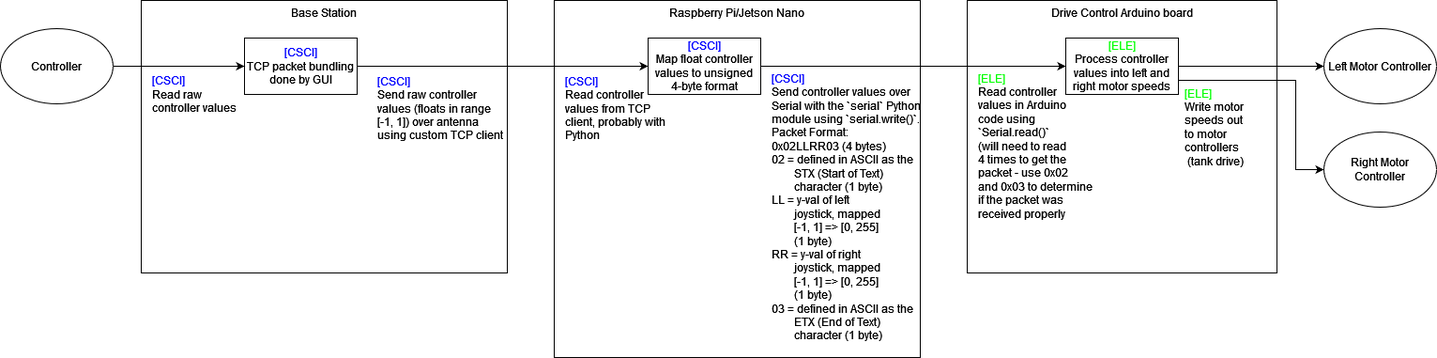
Above: arm_ik_code_flow_diagram.drawio.png in NIURoverTeam/Docs (draw.io), before the change. Source tidied: cells renumbered, new cells last; positions are measured from the earlier drawing's top-left corner, leaving out a move shared by most shapes.
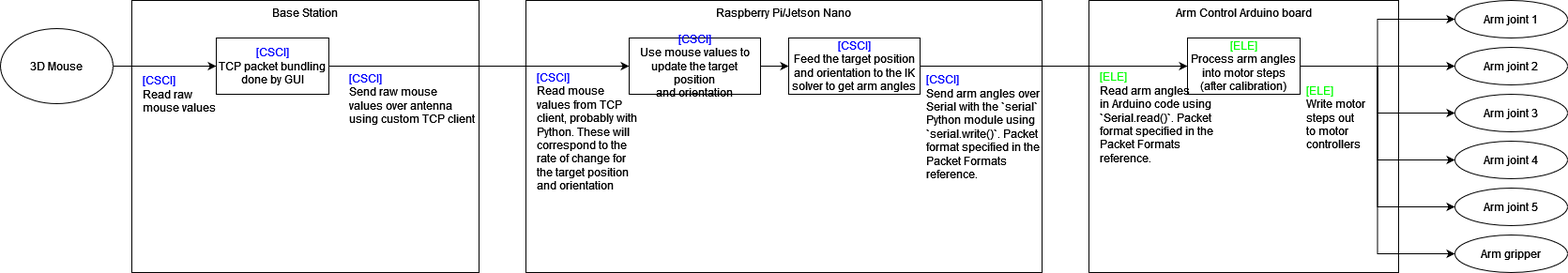
After the change.

The edit, as a diff of the source:
```diff
@@ -3,48 +3,55 @@
     <mxCell id="0" />
     <mxCell id="1" parent="0" />
     <mxCell id="2" value="Raspberry Pi/Jetson Nano" style="rounded=0;whiteSpace=wrap;html=1;strokeColor=#000000;fontColor=default;verticalAlign=top;" parent="1" vertex="1">
-      <mxGeometry x="590" width="390" height="380" as="geometry" />
+      <mxGeometry x="590" width="550" height="290" as="geometry" />
     </mxCell>
-    <mxCell id="3" value="Drive Control Arduino board" style="rounded=0;whiteSpace=wrap;html=1;strokeColor=#000000;fontColor=default;verticalAlign=top;" parent="1" vertex="1">
-      <mxGeometry x="1030" width="330" height="290" as="geometry" />
+    <mxCell id="3" value="Arm Control Arduino board" style="rounded=0;whiteSpace=wrap;html=1;strokeColor=#000000;fontColor=default;verticalAlign=top;" parent="1" vertex="1">
+      <mxGeometry x="1190" width="330" height="290" as="geometry" />
     </mxCell>
-    <mxCell id="4" value="&lt;div&gt;&lt;font color=&quot;#0000ff&quot;&gt;[CSCI]&lt;/font&gt;&lt;/div&gt;&lt;div&gt;Map float controller values to unsigned 4-byte format&lt;/div&gt;" style="rounded=0;whiteSpace=wrap;html=1;" parent="1" vertex="1">
-      <mxGeometry x="690" y="40" width="120" height="60" as="geometry" />
+    <mxCell id="4" value="&lt;div&gt;&lt;font color=&quot;#0000ff&quot;&gt;[CSCI]&lt;/font&gt;&lt;/div&gt;&lt;div&gt;Use mouse values to update the target position&lt;/div&gt;&lt;div&gt;and orientation&lt;br&gt;&lt;/div&gt;" style="rounded=0;whiteSpace=wrap;html=1;" parent="1" vertex="1">
+      <mxGeometry x="700" y="40" width="140" height="60" as="geometry" />
     </mxCell>
     <mxCell id="5" style="edgeStyle=orthogonalEdgeStyle;rounded=0;jettySize=auto;html=1;exitX=1;exitY=0.5;exitDx=0;exitDy=0;entryX=0;entryY=0.5;entryDx=0;entryDy=0;fontColor=#000000;" parent="1" edge="1" source="7" target="13">
       <mxGeometry relative="1" as="geometry" />
     </mxCell>
-    <mxCell id="6" style="edgeStyle=orthogonalEdgeStyle;rounded=0;jettySize=auto;html=1;exitX=1;exitY=0.75;exitDx=0;exitDy=0;entryX=0;entryY=0.5;entryDx=0;entryDy=0;fontColor=#000000;" parent="1" edge="1" source="7" target="20">
-      <mxGeometry relative="1" as="geometry">
-        <Array as="points">
-          <mxPoint x="1380" y="85" />
-          <mxPoint x="1380" y="180" />
-        </Array>
-      </mxGeometry>
-    </mxCell>
+    <mxCell id="22" style="edgeStyle=orthogonalEdgeStyle;rounded=0;jettySize=auto;html=1;exitX=1;exitY=0.5;exitDx=0;exitDy=0;entryX=0;entryY=0.5;entryDx=0;entryDy=0;" parent="1" edge="1" source="7" target="29">
+      <mxGeometry relative="1" as="geometry" />
+    </mxCell>
+    <mxCell id="23" style="edgeStyle=orthogonalEdgeStyle;rounded=0;jettySize=auto;html=1;exitX=1;exitY=0.5;exitDx=0;exitDy=0;entryX=0;entryY=0.5;entryDx=0;entryDy=0;" parent="1" edge="1" source="7" target="30">
+      <mxGeometry relative="1" as="geometry" />
+    </mxCell>
+    <mxCell id="24" style="edgeStyle=orthogonalEdgeStyle;rounded=0;jettySize=auto;html=1;exitX=1;exitY=0.5;exitDx=0;exitDy=0;entryX=0;entryY=0.5;entryDx=0;entryDy=0;" parent="1" edge="1" source="7" target="32">
+      <mxGeometry relative="1" as="geometry" />
+    </mxCell>
+    <mxCell id="25" style="edgeStyle=orthogonalEdgeStyle;rounded=0;jettySize=auto;html=1;exitX=1;exitY=0.5;exitDx=0;exitDy=0;entryX=0;entryY=0.5;entryDx=0;entryDy=0;" parent="1" edge="1" source="7" target="33">
+      <mxGeometry relative="1" as="geometry" />
+    </mxCell>
+    <mxCell id="26" style="edgeStyle=orthogonalEdgeStyle;rounded=0;jettySize=auto;html=1;exitX=1;exitY=0.5;exitDx=0;exitDy=0;entryX=0;entryY=0.5;entryDx=0;entryDy=0;" parent="1" edge="1" source="7" target="31">
+      <mxGeometry relative="1" as="geometry" />
+    </mxCell>
-    <mxCell id="7" value="&lt;div&gt;&lt;font color=&quot;#00FF00&quot;&gt;[ELE]&lt;/font&gt;&lt;/div&gt;&lt;div&gt;Process controller values into left and right motor speeds&lt;br&gt;&lt;/div&gt;" style="rounded=0;whiteSpace=wrap;html=1;" parent="1" vertex="1">
-      <mxGeometry x="1135" y="40" width="120" height="60" as="geometry" />
+    <mxCell id="7" value="&lt;div&gt;&lt;font color=&quot;#00FF00&quot;&gt;[ELE]&lt;/font&gt;&lt;/div&gt;&lt;div&gt;Process arm angles into motor steps (after calibration)&lt;br&gt;&lt;/div&gt;" style="rounded=0;whiteSpace=wrap;html=1;" parent="1" vertex="1">
+      <mxGeometry x="1295" y="40" width="120" height="60" as="geometry" />
     </mxCell>
-    <mxCell id="8" style="endArrow=classic;html=1;rounded=0;exitX=1;exitY=0.5;exitDx=0;exitDy=0;entryX=0;entryY=0.5;entryDx=0;entryDy=0;" parent="1" edge="1" source="4" target="7">
+    <mxCell id="8" style="endArrow=classic;html=1;rounded=0;entryX=0;entryY=0.5;entryDx=0;entryDy=0;exitX=1;exitY=0.5;exitDx=0;exitDy=0;" parent="1" edge="1" source="27" target="7">
       <mxGeometry relative="1" as="geometry" />
     </mxCell>
-    <mxCell id="9" value="&lt;div align=&quot;left&quot;&gt;&lt;font color=&quot;#0000FF&quot;&gt;[CSCI]&lt;/font&gt;&lt;br&gt;&lt;/div&gt;&lt;div align=&quot;left&quot;&gt;Send controller values over&lt;/div&gt;&lt;div align=&quot;left&quot;&gt;Serial with the `serial` Python&lt;/div&gt;&lt;div align=&quot;left&quot;&gt;module using `serial.write()`.&lt;br&gt;&lt;/div&gt;&lt;div align=&quot;left&quot;&gt;Packet Format:&lt;/div&gt;&lt;div align=&quot;left&quot;&gt;0x02LLRR03 (4 bytes)&lt;/div&gt;&lt;div align=&quot;left&quot;&gt;02 = defined in ASCII as the&lt;/div&gt;&lt;div align=&quot;left&quot;&gt;&lt;span style=&quot;white-space: pre;&quot;&gt;&#9;&lt;/span&gt;STX (Start of Text)&lt;/div&gt;&lt;div align=&quot;left&quot;&gt;&lt;span style=&quot;white-space: pre;&quot;&gt;&#9;&lt;/span&gt;character (1 byte)&lt;br&gt;&lt;/div&gt;&lt;div align=&quot;left&quot;&gt;LL = y-val of left&lt;/div&gt;&lt;div align=&quot;left&quot;&gt;&lt;span style=&quot;white-space: pre;&quot;&gt;&#9;&lt;/span&gt;joystick, mapped&lt;/div&gt;&lt;div align=&quot;left&quot;&gt;&lt;span style=&quot;&quot;&gt;&#9;&lt;/span&gt;&lt;span style=&quot;white-space: pre;&quot;&gt;&#9;&lt;/span&gt;[-1, 1] =&amp;gt; [0, 255]&lt;/div&gt;&lt;div align=&quot;left&quot;&gt;&lt;span style=&quot;&quot;&gt;&#9;&lt;/span&gt;&lt;span style=&quot;white-space: pre;&quot;&gt;&#9;&lt;/span&gt;(1 byte)&lt;br&gt;&lt;/div&gt;&lt;div align=&quot;left&quot;&gt;RR = y-val of right&lt;/div&gt;&lt;div align=&quot;left&quot;&gt;&lt;span style=&quot;&quot;&gt;&#9;&lt;/span&gt;&lt;span style=&quot;white-space: pre;&quot;&gt;&#9;&lt;/span&gt;joystick, mapped&lt;/div&gt;&lt;div align=&quot;left&quot;&gt;&lt;span style=&quot;&quot;&gt;&#9;&lt;/span&gt;&lt;span style=&quot;white-space: pre;&quot;&gt;&#9;&lt;/span&gt;[-1, 1] =&amp;gt; [0, 255]&lt;/div&gt;&lt;div align=&quot;left&quot;&gt;&lt;span style=&quot;&quot;&gt;&#9;&lt;/span&gt;&lt;span style=&quot;white-space: pre;&quot;&gt;&#9;&lt;/span&gt;(1 byte)&lt;/div&gt;&lt;div align=&quot;left&quot;&gt;&lt;div align=&quot;left&quot;&gt;03 = defined in ASCII as the&lt;/div&gt;&lt;div align=&quot;left&quot;&gt;&lt;span style=&quot;white-space: pre;&quot;&gt;&#9;&lt;/span&gt;ETX (End of Text)&lt;/div&gt;&lt;div align=&quot;left&quot;&gt;&lt;span style=&quot;white-space: pre;&quot;&gt;&#9;&lt;/span&gt;character (1 byte)&lt;/div&gt;&lt;/div&gt;" style="text;html=1;align=left;verticalAlign=middle;strokeColor=none;fillColor=none;" parent="1" vertex="1">
-      <mxGeometry x="820" y="70" width="170" height="300" as="geometry" />
+    <mxCell id="9" value="&lt;div align=&quot;left&quot;&gt;&lt;font color=&quot;#0000FF&quot;&gt;[CSCI]&lt;/font&gt;&lt;br&gt;&lt;/div&gt;&lt;div align=&quot;left&quot;&gt;Send arm angles over&lt;/div&gt;&lt;div align=&quot;left&quot;&gt;Serial with the `serial`&lt;/div&gt;&lt;div align=&quot;left&quot;&gt;Python module using &lt;br&gt;&lt;/div&gt;&lt;div align=&quot;left&quot;&gt;`serial.write()`. Packet&lt;/div&gt;&lt;div align=&quot;left&quot;&gt;format specified in the&lt;/div&gt;&lt;div align=&quot;left&quot;&gt;Packet Formats &lt;br&gt;&lt;/div&gt;&lt;div align=&quot;left&quot;&gt;reference.&lt;br&gt;&lt;/div&gt;" style="text;html=1;align=left;verticalAlign=middle;strokeColor=none;fillColor=none;" parent="1" vertex="1">
+      <mxGeometry x="1015" y="70" width="140" height="130" as="geometry" />
     </mxCell>
-    <mxCell id="10" value="Controller" style="ellipse;whiteSpace=wrap;html=1;strokeColor=#000000;fontColor=default;" parent="1" vertex="1">
-      <mxGeometry y="30" width="120" height="80" as="geometry" />
+    <mxCell id="10" value="3D Mouse" style="ellipse;whiteSpace=wrap;html=1;strokeColor=#000000;fontColor=default;" parent="1" vertex="1">
+      <mxGeometry x="30" y="30" width="120" height="80" as="geometry" />
     </mxCell>
-    <mxCell id="11" value="&lt;div&gt;&lt;font color=&quot;#0000ff&quot;&gt;[CSCI]&lt;/font&gt;&lt;/div&gt;&lt;div&gt;Read controller&lt;/div&gt;&lt;div&gt;values from TCP&lt;/div&gt;&lt;div&gt;client, probably with&lt;/div&gt;&lt;div&gt;Python&lt;br&gt;&lt;/div&gt;" style="text;html=1;align=left;verticalAlign=middle;strokeColor=none;fillColor=none;fontColor=default;" parent="1" vertex="1">
-      <mxGeometry x="600" y="70" width="130" height="90" as="geometry" />
+    <mxCell id="11" value="&lt;div&gt;&lt;font color=&quot;#0000ff&quot;&gt;[CSCI]&lt;/font&gt;&lt;/div&gt;&lt;div&gt;Read mouse&lt;/div&gt;&lt;div&gt;values from TCP&lt;/div&gt;&lt;div&gt;client, probably with&lt;/div&gt;&lt;div&gt;Python. These will&lt;/div&gt;&lt;div&gt;correspond to the&lt;/div&gt;&lt;div&gt;rate of change for&lt;/div&gt;&lt;div&gt;the target position&lt;/div&gt;&lt;div&gt;and orientation&lt;br&gt;&lt;/div&gt;" style="text;html=1;align=left;verticalAlign=middle;strokeColor=none;fillColor=none;fontColor=default;" parent="1" vertex="1">
+      <mxGeometry x="600" y="70" width="130" height="140" as="geometry" />
     </mxCell>
-    <mxCell id="12" value="&lt;div&gt;&lt;font color=&quot;#00ff00&quot;&gt;[ELE]&lt;/font&gt;&lt;/div&gt;&lt;div&gt;Read controller&lt;/div&gt;&lt;div&gt;values in Arduino&lt;/div&gt;&lt;div&gt;code using &lt;br&gt;&lt;/div&gt;&lt;div&gt;`Serial.read()`&lt;/div&gt;&lt;div&gt;(will need to read &lt;br&gt;&lt;/div&gt;&lt;div&gt;4 times to get the&lt;/div&gt;&lt;div&gt;packet - use 0x02&lt;/div&gt;&lt;div&gt;and 0x03 to determine&lt;/div&gt;&lt;div&gt;if the packet was&lt;/div&gt;&lt;div&gt;received properly&lt;br&gt;&lt;/div&gt;" style="text;html=1;align=left;verticalAlign=middle;strokeColor=none;fillColor=none;fontColor=#000000;" parent="1" vertex="1">
-      <mxGeometry x="1040" y="70" width="140" height="170" as="geometry" />
+    <mxCell id="12" value="&lt;div&gt;&lt;font color=&quot;#00ff00&quot;&gt;[ELE]&lt;/font&gt;&lt;/div&gt;&lt;div&gt;Read arm angles&lt;/div&gt;&lt;div&gt;in Arduino code using &lt;br&gt;&lt;/div&gt;&lt;div&gt;`Serial.read()`. Packet&lt;/div&gt;&lt;div&gt;format specified in the&lt;/div&gt;&lt;div&gt;Packet Formats&lt;/div&gt;&lt;div&gt;reference.&lt;br&gt;&lt;/div&gt;" style="text;html=1;align=left;verticalAlign=middle;strokeColor=none;fillColor=none;fontColor=#000000;" parent="1" vertex="1">
+      <mxGeometry x="1200" y="70" width="140" height="110" as="geometry" />
     </mxCell>
-    <mxCell id="13" value="Left Motor Controller" style="ellipse;whiteSpace=wrap;html=1;strokeColor=#000000;fontColor=#000000;" parent="1" vertex="1">
-      <mxGeometry x="1410" y="30" width="120" height="80" as="geometry" />
+    <mxCell id="13" value="Arm joint 1" style="ellipse;whiteSpace=wrap;html=1;strokeColor=#000000;fontColor=#000000;" parent="1" vertex="1">
+      <mxGeometry x="1580" width="120" height="40" as="geometry" />
     </mxCell>
     <mxCell id="14" value="Base Station" style="rounded=0;whiteSpace=wrap;html=1;strokeColor=#000000;fontColor=#000000;verticalAlign=top;" parent="1" vertex="1">
-      <mxGeometry x="150" width="390" height="290" as="geometry" />
+      <mxGeometry x="170" width="370" height="290" as="geometry" />
     </mxCell>
     <mxCell id="15" style="edgeStyle=orthogonalEdgeStyle;rounded=0;jettySize=auto;html=1;exitX=1;exitY=0.5;exitDx=0;exitDy=0;entryX=0;entryY=0.5;entryDx=0;entryDy=0;fontColor=#0000FF;" parent="1" edge="1" source="16" target="4">
       <mxGeometry relative="1" as="geometry" />
@@ -52,20 +59,38 @@
     <mxCell id="16" value="&lt;div&gt;&lt;font color=&quot;#0000FF&quot;&gt;[CSCI]&lt;/font&gt;&lt;/div&gt;&lt;div&gt;TCP packet bundling done by GUI&lt;/div&gt;" style="rounded=0;whiteSpace=wrap;html=1;strokeColor=#000000;fontColor=#000000;" parent="1" vertex="1">
       <mxGeometry x="260" y="40" width="120" height="60" as="geometry" />
     </mxCell>
-    <mxCell id="17" value="&lt;div&gt;&lt;font color=&quot;#0000FF&quot;&gt;[CSCI]&lt;/font&gt;&lt;/div&gt;&lt;div&gt;Read raw&lt;/div&gt;&lt;div&gt;controller values&lt;br&gt;&lt;/div&gt;" style="text;html=1;align=left;verticalAlign=middle;strokeColor=none;fillColor=none;fontColor=#000000;" parent="1" vertex="1">
-      <mxGeometry x="160" y="70" width="110" height="60" as="geometry" />
+    <mxCell id="17" value="&lt;div&gt;&lt;font color=&quot;#0000FF&quot;&gt;[CSCI]&lt;/font&gt;&lt;/div&gt;&lt;div&gt;Read raw&lt;/div&gt;&lt;div&gt;mouse values&lt;br&gt;&lt;/div&gt;" style="text;html=1;align=left;verticalAlign=middle;strokeColor=none;fillColor=none;fontColor=#000000;" parent="1" vertex="1">
+      <mxGeometry x="180" y="70" width="100" height="60" as="geometry" />
     </mxCell>
     <mxCell id="18" style="endArrow=classic;html=1;rounded=0;fontColor=#0000FF;exitX=1;exitY=0.5;exitDx=0;exitDy=0;entryX=0;entryY=0.5;entryDx=0;entryDy=0;" parent="1" edge="1" source="10" target="16">
       <mxGeometry relative="1" as="geometry" />
     </mxCell>
-    <mxCell id="19" value="&lt;div&gt;&lt;font color=&quot;#0000FF&quot;&gt;[CSCI]&lt;/font&gt;&lt;/div&gt;&lt;div&gt;Send raw controller&lt;/div&gt;&lt;div&gt;values (floats in range&lt;/div&gt;&lt;div&gt;[-1, 1]) over antenna&lt;/div&gt;&lt;div&gt;using custom TCP client&lt;br&gt;&lt;/div&gt;" style="text;html=1;align=left;verticalAlign=middle;strokeColor=none;fillColor=none;fontColor=#000000;" parent="1" vertex="1">
-      <mxGeometry x="400" y="70" width="150" height="90" as="geometry" />
+    <mxCell id="19" value="&lt;div&gt;&lt;font color=&quot;#0000FF&quot;&gt;[CSCI]&lt;/font&gt;&lt;/div&gt;&lt;div&gt;Send raw mouse&lt;/div&gt;&lt;div&gt;values over antenna&lt;/div&gt;&lt;div&gt;using custom TCP client&lt;/div&gt;" style="text;html=1;align=left;verticalAlign=middle;strokeColor=none;fillColor=none;fontColor=#000000;" parent="1" vertex="1">
+      <mxGeometry x="400" y="70" width="150" height="70" as="geometry" />
     </mxCell>
-    <mxCell id="20" value="Right Motor Controller" style="ellipse;whiteSpace=wrap;html=1;strokeColor=#000000;fontColor=#000000;" parent="1" vertex="1">
-      <mxGeometry x="1410" y="140" width="120" height="80" as="geometry" />
-    </mxCell>
-    <mxCell id="21" value="&lt;div&gt;&lt;font color=&quot;#00FF00&quot;&gt;[ELE]&lt;/font&gt;&lt;/div&gt;&lt;div&gt;Write motor&lt;/div&gt;&lt;div&gt;speeds out&lt;/div&gt;&lt;div&gt;to motor&lt;/div&gt;&lt;div&gt;controllers&lt;br&gt;&lt;/div&gt;&amp;nbsp;(tank drive)" style="text;html=1;align=left;verticalAlign=middle;strokeColor=none;fillColor=none;fontColor=#000000;" parent="1" vertex="1">
-      <mxGeometry x="1260" y="85" width="90" height="100" as="geometry" />
+    <mxCell id="21" value="&lt;div&gt;&lt;font color=&quot;#00FF00&quot;&gt;[ELE]&lt;/font&gt;&lt;/div&gt;&lt;div&gt;Write motor&lt;/div&gt;&lt;div&gt;steps out&lt;/div&gt;&lt;div&gt;to motor&lt;/div&gt;&lt;div&gt;controllers&lt;/div&gt;" style="text;html=1;align=left;verticalAlign=middle;strokeColor=none;fillColor=none;fontColor=#000000;" parent="1" vertex="1">
+      <mxGeometry x="1420" y="80" width="90" height="90" as="geometry" />
     </mxCell>
+    <mxCell id="27" value="&lt;div&gt;&lt;font color=&quot;#0000ff&quot;&gt;[CSCI]&lt;/font&gt;&lt;/div&gt;Feed the target position and orientation to the IK solver to get arm angles" style="rounded=0;whiteSpace=wrap;html=1;" parent="1" vertex="1">
+      <mxGeometry x="870" y="40" width="140" height="60" as="geometry" />
+    </mxCell>
+    <mxCell id="28" style="endArrow=classic;html=1;rounded=0;exitX=1;exitY=0.5;exitDx=0;exitDy=0;entryX=0;entryY=0.5;entryDx=0;entryDy=0;" parent="1" edge="1" source="4" target="27">
+      <mxGeometry relative="1" as="geometry" />
+    </mxCell>
+    <mxCell id="29" value="Arm joint 2" style="ellipse;whiteSpace=wrap;html=1;strokeColor=#000000;fontColor=#000000;" parent="1" vertex="1">
+      <mxGeometry x="1580" y="50" width="120" height="40" as="geometry" />
+    </mxCell>
+    <mxCell id="30" value="Arm joint 3" style="ellipse;whiteSpace=wrap;html=1;strokeColor=#000000;fontColor=#000000;" parent="1" vertex="1">
+      <mxGeometry x="1580" y="100" width="120" height="40" as="geometry" />
+    </mxCell>
+    <mxCell id="31" value="Arm gripper" style="ellipse;whiteSpace=wrap;html=1;strokeColor=#000000;fontColor=#000000;" parent="1" vertex="1">
+      <mxGeometry x="1580" y="250" width="120" height="40" as="geometry" />
+    </mxCell>
+    <mxCell id="32" value="Arm joint 4" style="ellipse;whiteSpace=wrap;html=1;strokeColor=#000000;fontColor=#000000;" parent="1" vertex="1">
+      <mxGeometry x="1580" y="150" width="120" height="40" as="geometry" />
+    </mxCell>
+    <mxCell id="33" value="Arm joint 5" style="ellipse;whiteSpace=wrap;html=1;strokeColor=#000000;fontColor=#000000;" parent="1" vertex="1">
+      <mxGeometry x="1580" y="200" width="120" height="40" as="geometry" />
+    </mxCell>
   </root>
 </mxGraphModel>
```
